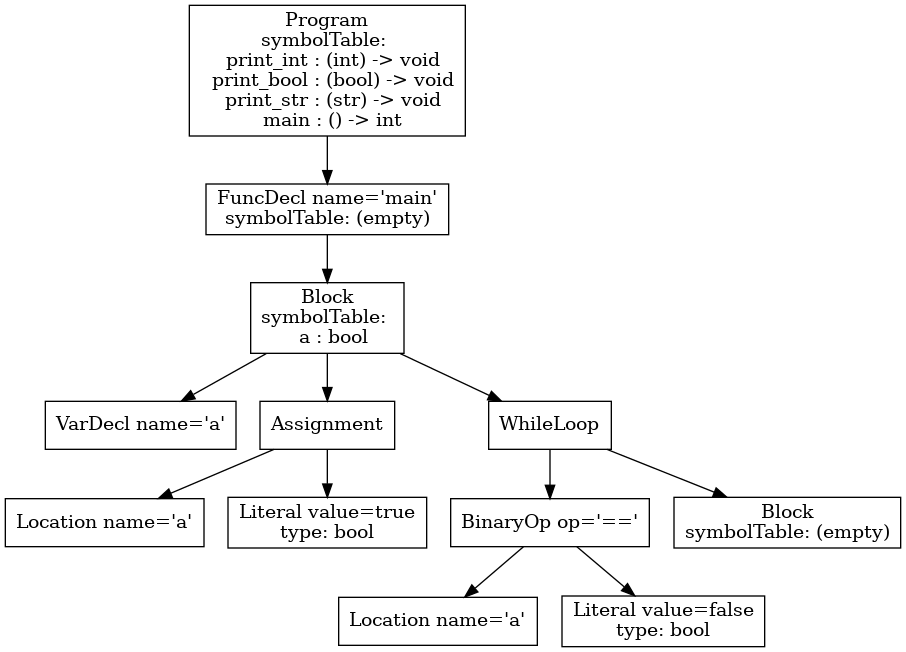
Earlier version of the Graphviz export ast.png (vtstew/p3-analysis). Its source is kept beside it as ast.dot.
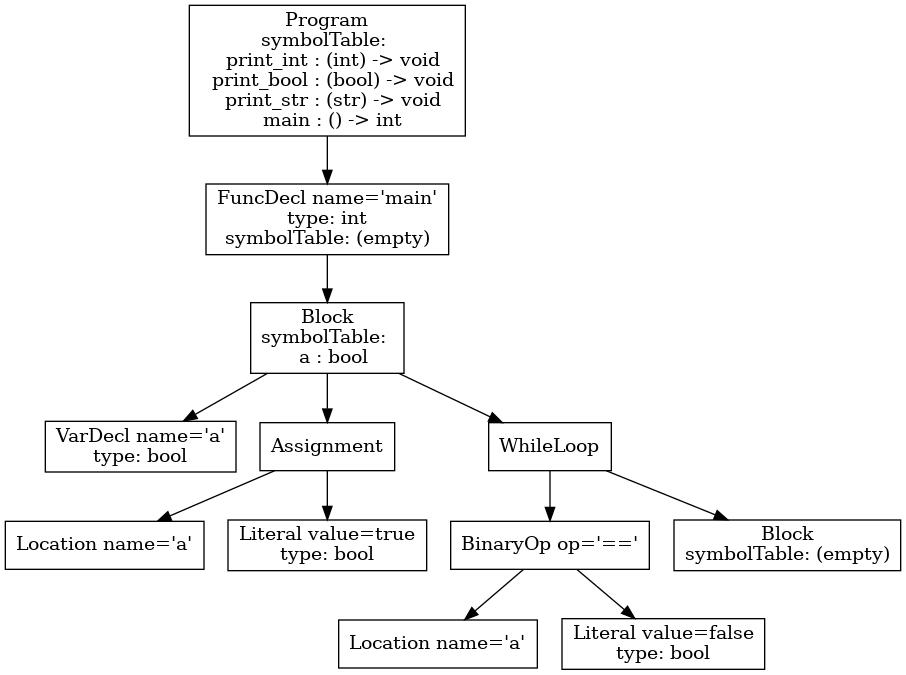
Above is the later version.

The edit, as a diff of the source:
```diff
@@ -1,5 +1,5 @@
 digraph AST {
-3 [shape=box, label="VarDecl name='a'"];
+3 [shape=box, label="VarDecl name='a'\ntype: bool"];
 5 [shape=box, label="Location name='a'"];
 6 [shape=box, label="Literal value=true\ntype: bool"];
 4 [shape=box, label="Assignment"];
@@ -18,7 +18,7 @@
 2 -> 3;
 2 -> 4;
 2 -> 7;
-1 [shape=box, label="FuncDecl name='main'\nsymbolTable: (empty)"];
+1 [shape=box, label="FuncDecl name='main'\ntype: int\nsymbolTable: (empty)"];
 1 -> 2;
 0 [shape=box, label="Program\nsymbolTable: \n  print_int : (int) -> void\n  print_bool : (bool) -> void\n  print_str : (str) -> void\n  main : () -> int"];
 0 -> 1;
```
